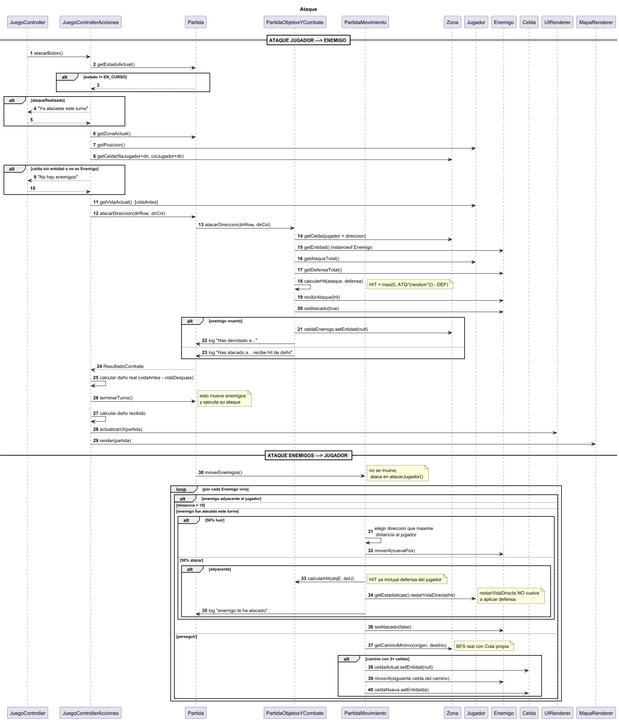
This is UMLs/secuencia_ataque-Ataque.png from isagonz3/JuegoPracticaFinal, a PlantUML export, as it was before one commit. Its diagram source:
```plantuml
@startuml

autonumber

title Ataque

participant JuegoController as JC
participant JuegoControllerAcciones as JCA
participant Partida as P
participant PartidaObjetosYCombate as PO
participant PartidaMovimiento as PM
participant Zona as Z
participant Jugador as J
participant Enemigo as E
participant Celda as C
participant UIRenderer as UI
participant MapaRenderer as MR

== ATAQUE JUGADOR ---> ENEMIGO ==
JC -> JCA: atacarBoton()
JCA -> P: getEstadoActual()
alt estado != EN_CURSO
  return
end
alt ataqueRealizado
  JCA --> JC: "Ya atacaste este turno"
  return
end
JCA -> P: getZonaActual()
JCA -> J: getPosicion()
JCA -> Z: getCelda(filaJugador+dir, colJugador+dir)
alt celda sin entidad o no es Enemigo
  JCA --> JC: "No hay enemigos"
  return
end
JCA -> J: getVidaActual()  [vidaAntes]
JCA -> P: atacarDireccion(dirRow, dirCol)
P -> PO: atacarDireccion(dirRow, dirCol)
PO -> Z: getCelda(jugador + direccion)
PO -> E: getEntidad() instanceof Enemigo
PO -> J: getAtaqueTotal()
PO -> E: getDefensaTotal()
PO -> PO: calcularHit(ataque, defensa)
note right: HIT = max(0, ATQ*(random*2) - DEF)
PO -> E: recibirAtaque(hit)
PO -> E: setAtacado(true)
alt enemigo muerto
  PO -> Z: celdaEnemigo.setEntidad(null)
  PO -> P: log "Has derrotado a..."
else
  PO -> P: log "Has atacado a... recibe hit de daño"
end
P --> JCA: ResultadoCombate
JCA -> JCA: calcular daño real (vidaAntes - vidaDespues)
JCA -> P: terminarTurno()
note right: esto mueve enemigos\ny ejecuta su ataque
JCA -> JCA: calcular daño recibido
JCA -> UI: actualizarUI(partida)
JCA -> MR: render(partida)


== ATAQUE ENEMIGOS ---> JUGADOR ==

P -> PM: moverEnemigos()
loop por cada Enemigo vivo
  alt enemigo adyacente al jugador
    note right: no se mueve,\n ataca en atacarJugador()
  else distancia > 10
    note right: demasiado lejos,\n ignorar
  else enemigo fue atacado este turno
    alt 50% huir
      PM -> PM: elegir direccion que maxime\n distancia al jugador
      PM -> E: moverA(nuevaPos)
    else 50% atacar
      alt adyacente
        PM -> PO: calcularHit(atqE, defJ)
        note right: HIT ya incluye defensa del jugador
        PM -> J: getEstadisticas().restarVidaDirecta(hit)
        note right: restarVidaDirecta NO vuelve\na aplicar defensa
        PM -> P: log "enemigo te ha atacado"
      end
    end
    PM -> E: setAtacado(false)
  else perseguir
    PM -> Z: getCaminoMinimo(origen, destino)
    note right: BFS real con Cola propia
    alt camino con 2+ celdas
      PM -> C: celdaActual.setEntidad(null)
      PM -> E: moverA(siguiente celda del camino)
      PM -> C: celdaNueva.setEntidad(e)
    end
  end
end
@enduml
```
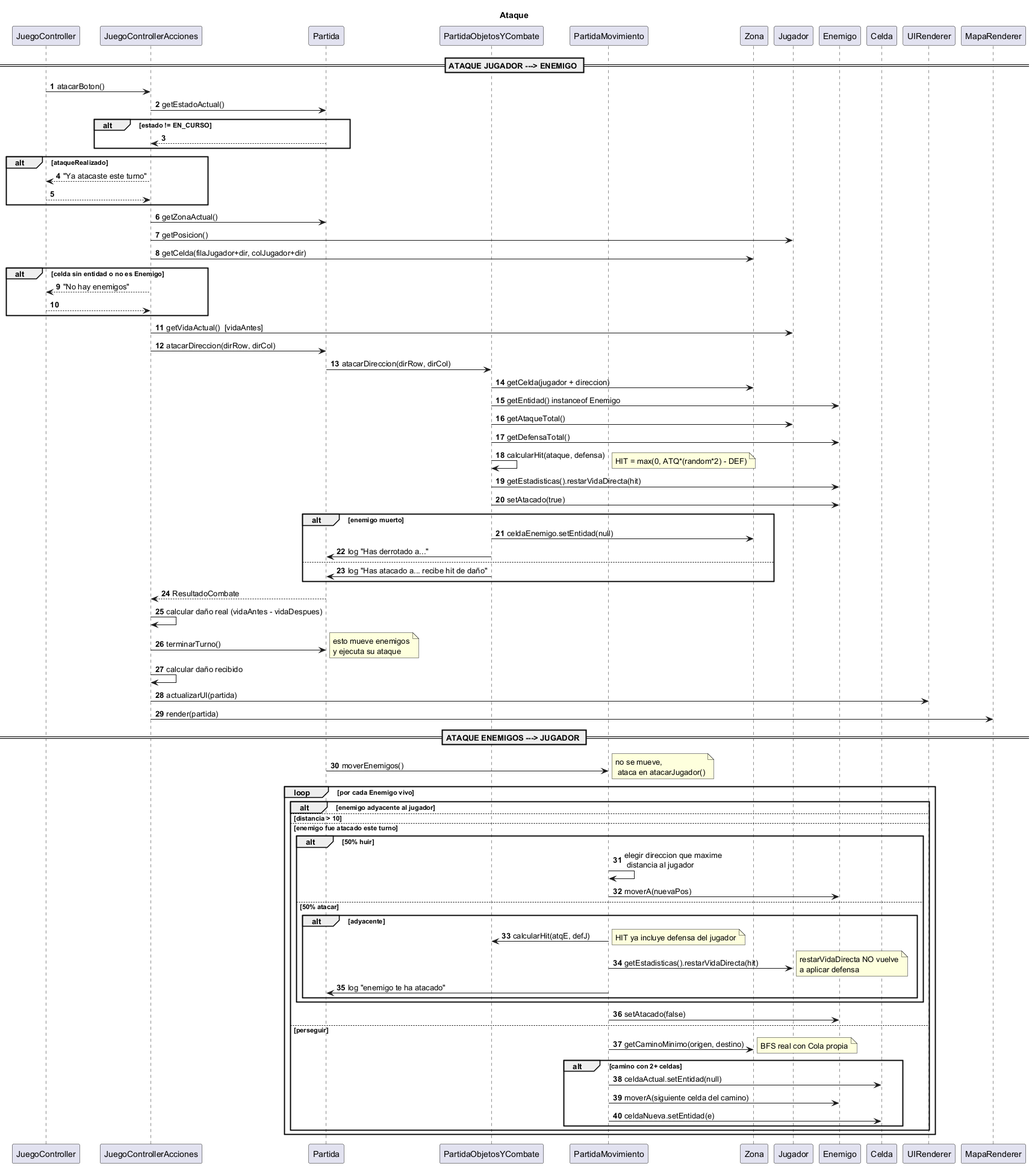
After the commit.

The edit, as a diff of the source:
```diff
@@ -42,7 +42,7 @@
 PO -> E: getDefensaTotal()
 PO -> PO: calcularHit(ataque, defensa)
 note right: HIT = max(0, ATQ*(random*2) - DEF)
-PO -> E: recibirAtaque(hit)
+PO -> E: getEstadisticas().restarVidaDirecta(hit)
 PO -> E: setAtacado(true)
 alt enemigo muerto
   PO -> Z: celdaEnemigo.setEntidad(null)
```
